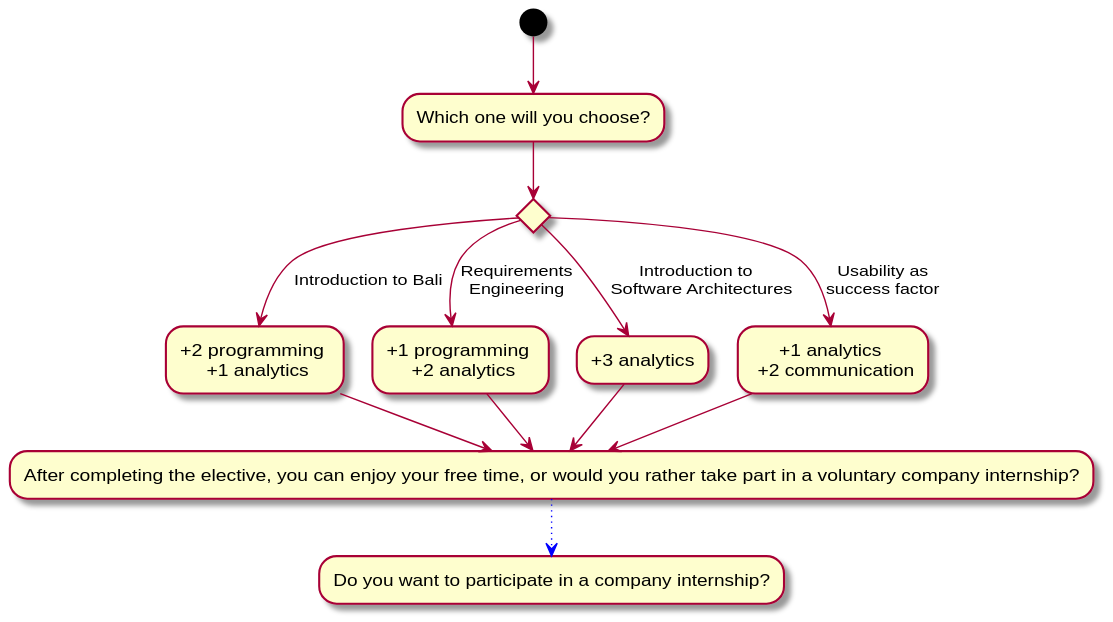
Above: Docs/Technical Specifications/docs/diagrams/StoryFlow/StoryFlow_Decision_2.svg in Brotenko/QualityQuest (PlantUML), before the change.
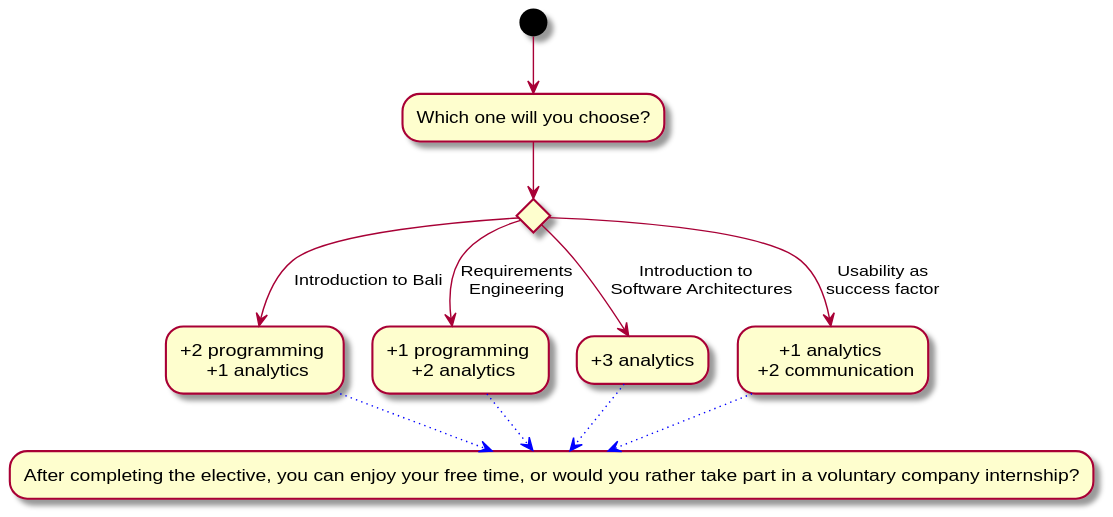
The same file after the commit.

Change to the diagram source:
```diff
@@ -10,11 +10,9 @@
 --> [Usability as\nsuccess factor] "+1 analytics \n +2 communication" as usf
 
 
-usf --> "After completing the elective, you can enjoy your free time, or would you rather take part in a voluntary company internship?" as a
-re --> a
-bali --> a
-esa --> a
-
--[#blue,dotted]-> "Do you want to participate in a company internship?"
+usf -[#blue,dotted]-> "After completing the elective, you can enjoy your free time, or would you rather take part in a voluntary company internship?" as a
+re -[#blue,dotted]-> a
+bali -[#blue,dotted]-> a
+esa -[#blue,dotted]-> a
 
 @enduml
```
